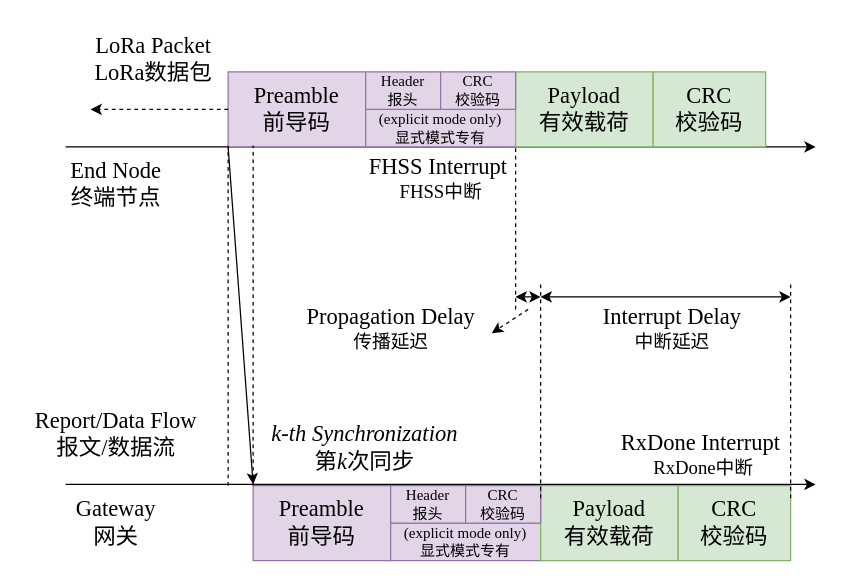
This is MAC时间戳.drawio from SplenDidMav/BIT_CyberSecurity_Program, a draw.io file, before an edit. Source tidied: cells renumbered, new cells numbered last; positions are measured from the earlier drawing's top-left corner, leaving out a move shared by most shapes. Both pictures are drawn from the tidied source at 125%, with x=0, y=0 at pixel (21, 21).
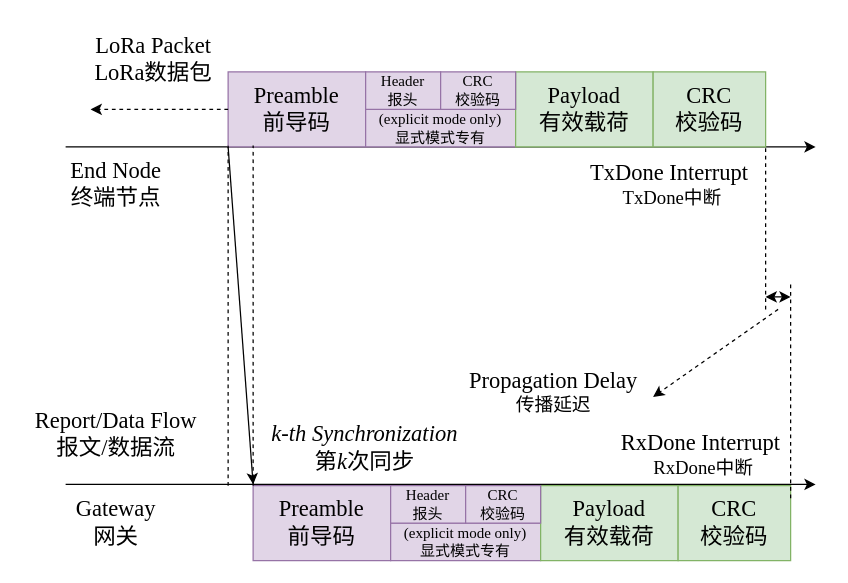
The same diagram, later.

Commit message:
更新MAC时间戳.drawio

Change to the diagram source:
```diff
@@
     <mxCell id="25" value="&lt;font size=&quot;4&quot; face=&quot;Times New Roman&quot;&gt;Propagation Delay &lt;/font&gt;&lt;div&gt;&lt;font face=&quot;Times New Roman&quot;&gt;&lt;span style=&quot;font-size: 14.999999px;&quot;&gt;传播延迟&lt;/span&gt;&lt;/font&gt;&lt;/div&gt;" style="text;html=1;align=center;verticalAlign=middle;points=[];strokeColor=none;fillColor=none;" parent="1" vertex="1">
-      <mxGeometry x="215" y="220" width="160" height="50" as="geometry" />
+      <mxGeometry x="345" y="271" width="160" height="50" as="geometry" />
     </mxCell>
-    <mxCell id="26" value="&lt;font size=&quot;4&quot; face=&quot;Times New Roman&quot;&gt;Interrupt Delay &lt;/font&gt;&lt;div&gt;&lt;font face=&quot;Times New Roman&quot;&gt;&lt;span style=&quot;font-size: 14.999999px;&quot;&gt;中断延迟&lt;/span&gt;&lt;/font&gt;&lt;/div&gt;" style="text;html=1;align=center;verticalAlign=middle;strokeColor=none;fillColor=none;" parent="1" vertex="1">
-      <mxGeometry x="455" y="220" width="130" height="50" as="geometry" />
-    </mxCell>
@@
-    <mxCell id="28" value="&lt;font size=&quot;4&quot; face=&quot;Times New Roman&quot;&gt;FHSS Interrupt&amp;nbsp;&lt;/font&gt;&lt;div&gt;&lt;font face=&quot;Times New Roman&quot;&gt;&lt;span style=&quot;font-size: 14.999999px;&quot;&gt;FHSS中断&lt;/span&gt;&lt;/font&gt;&lt;/div&gt;" style="text;html=1;align=center;verticalAlign=middle;strokeColor=none;fillColor=none;" parent="1" vertex="1">
-      <mxGeometry x="265" y="100" width="140" height="50" as="geometry" />
+    <mxCell id="28" value="&lt;font size=&quot;4&quot; face=&quot;Times New Roman&quot;&gt;TxDone Interrupt&amp;nbsp;&lt;/font&gt;&lt;div&gt;&lt;font face=&quot;Times New Roman&quot;&gt;&lt;span style=&quot;font-size: 14.999999px;&quot;&gt;TxDone中断&lt;/span&gt;&lt;/font&gt;&lt;/div&gt;" style="text;html=1;align=center;verticalAlign=middle;strokeColor=none;fillColor=none;" parent="1" vertex="1">
+      <mxGeometry x="445" y="105" width="150" height="50" as="geometry" />
     </mxCell>
-    <mxCell id="29" style="endArrow=none;dashed=1;html=1;rounded=0;" parent="1" edge="1">
-      <mxGeometry relative="1" as="geometry">
-        <mxPoint x="415" y="381" as="sourcePoint" />
-        <mxPoint x="415" y="210" as="targetPoint" />
-      </mxGeometry>
-    </mxCell>
@@
     <mxCell id="31" style="endArrow=none;dashed=1;html=1;rounded=0;" parent="1" edge="1">
       <mxGeometry relative="1" as="geometry">
-        <mxPoint x="395" y="230" as="sourcePoint" />
-        <mxPoint x="395" y="100" as="targetPoint" />
+        <mxPoint x="595" y="230" as="sourcePoint" />
+        <mxPoint x="595" y="100" as="targetPoint" />
       </mxGeometry>
     </mxCell>
     <mxCell id="32" style="endArrow=classic;startArrow=classic;html=1;rounded=0;" parent="1" edge="1">
       <mxGeometry relative="1" as="geometry">
-        <mxPoint x="395" y="220" as="sourcePoint" />
-        <mxPoint x="415" y="220" as="targetPoint" />
+        <mxPoint x="595" y="220" as="sourcePoint" />
+        <mxPoint x="615" y="220" as="targetPoint" />
         <Array as="points">
-          <mxPoint x="405" y="220" />
+          <mxPoint x="605" y="220" />
         </Array>
       </mxGeometry>
     </mxCell>
-    <mxCell id="33" style="endArrow=classic;startArrow=classic;html=1;rounded=0;" parent="1" edge="1">
-      <mxGeometry relative="1" as="geometry">
-        <mxPoint x="415" y="220" as="sourcePoint" />
-        <mxPoint x="615" y="220" as="targetPoint" />
-        <Array as="points">
-          <mxPoint x="515" y="220" />
-        </Array>
-      </mxGeometry>
-    </mxCell>
-    <mxCell id="34" style="endArrow=classic;html=1;rounded=0;entryX=1.006;entryY=0.58;entryDx=0;entryDy=0;entryPerimeter=0;dashed=1;" parent="1" edge="1" target="25">
+    <mxCell id="34" style="endArrow=classic;html=1;rounded=0;dashed=1;" parent="1" edge="1">
       <mxGeometry relative="1" as="geometry">
-        <mxPoint x="405" y="230" as="sourcePoint" />
+        <mxPoint x="605" y="230" as="sourcePoint" />
+        <mxPoint x="505" y="300" as="targetPoint" />
       </mxGeometry>
     </mxCell>
```
